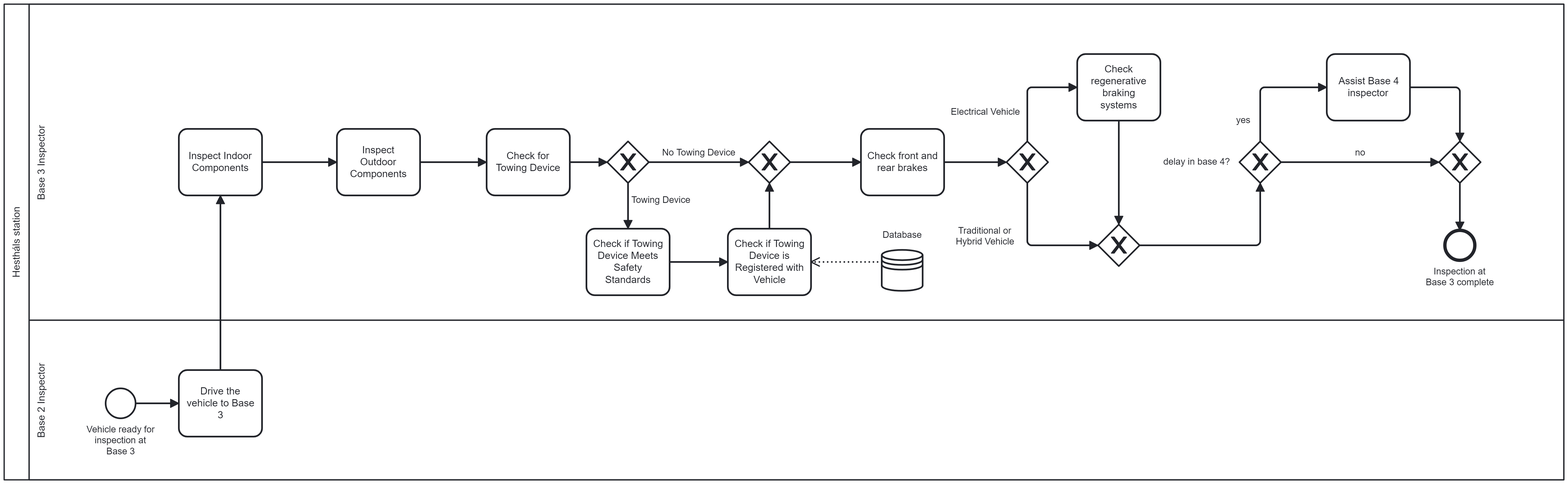
Above: process_modeling/to_be_processes/sub_process_3/subprocesso_3.png in franciscoAbreuTecnico/Business-Process-Engineering-and-Technology (BPMN), before the change. Its source is kept beside it as process_modeling/to_be_processes/sub_process_3/subprocesso_3.bpmn. Ids are renumbered.
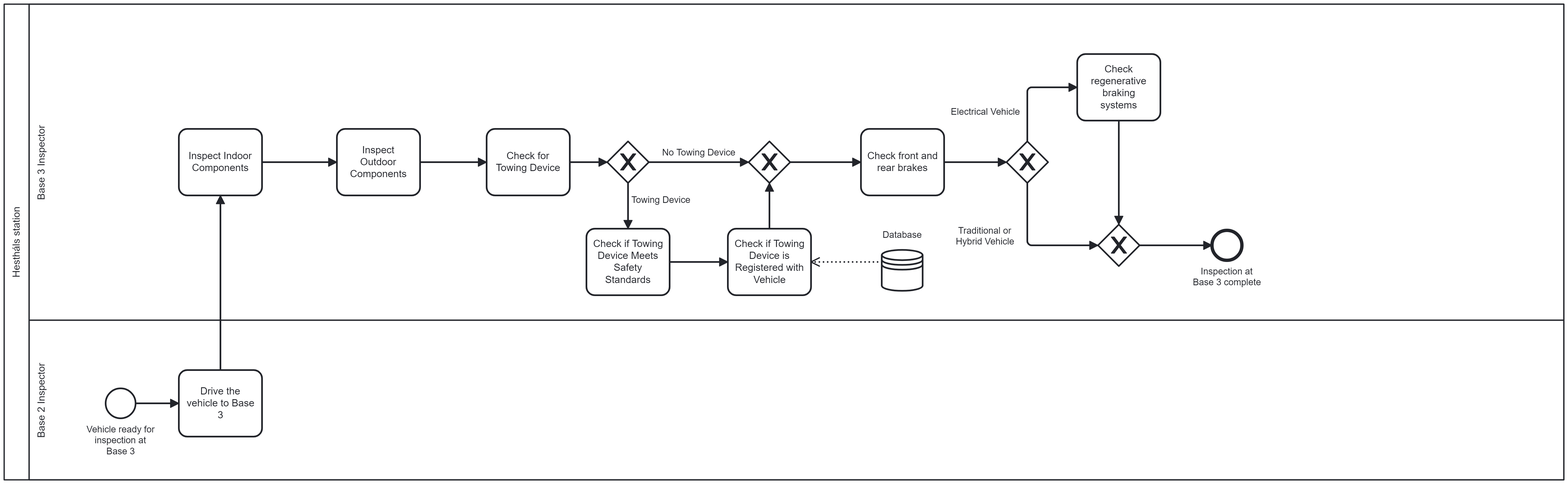
Above is the later version.

What changed in the source:
```diff
@@ -13,13 +13,10 @@
         <bpmn:flowNodeRef>Activity_n12</bpmn:flowNodeRef>
         <bpmn:flowNodeRef>Activity_n13</bpmn:flowNodeRef>
         <bpmn:flowNodeRef>Gateway_n14</bpmn:flowNodeRef>
-        <bpmn:flowNodeRef>Gateway_n15</bpmn:flowNodeRef>
-        <bpmn:flowNodeRef>Activity_n16</bpmn:flowNodeRef>
-        <bpmn:flowNodeRef>Event_n17</bpmn:flowNodeRef>
-        <bpmn:flowNodeRef>Gateway_n18</bpmn:flowNodeRef>
         <bpmn:flowNodeRef>Activity_n19</bpmn:flowNodeRef>
         <bpmn:flowNodeRef>Gateway_n20</bpmn:flowNodeRef>
         <bpmn:flowNodeRef>Activity_n21</bpmn:flowNodeRef>
+        <bpmn:flowNodeRef>Event_n17</bpmn:flowNodeRef>
       </bpmn:lane>
       <bpmn:lane id="Lane_n22" name="Base 2 Inspector">
         <bpmn:flowNodeRef>StartEvent_1</bpmn:flowNodeRef>
@@ -79,28 +76,7 @@
       <bpmn:outgoing>Flow_n38</bpmn:outgoing>
       <bpmn:outgoing>Flow_n39</bpmn:outgoing>
     </bpmn:exclusiveGateway>
-    <bpmn:exclusiveGateway id="Gateway_n15" name="delay in base 4?">
-      <bpmn:incoming>Flow_n40</bpmn:incoming>
-      <bpmn:outgoing>Flow_n41</bpmn:outgoing>
-      <bpmn:outgoing>Flow_n42</bpmn:outgoing>
-    </bpmn:exclusiveGateway>
-    <bpmn:task id="Activity_n16" name="Assist Base 4 inspector">
-      <bpmn:incoming>Flow_n41</bpmn:incoming>
-      <bpmn:outgoing>Flow_n43</bpmn:outgoing>
-    </bpmn:task>
-    <bpmn:endEvent id="Event_n17" name="Inspection at Base 3 complete">
-      <bpmn:incoming>Flow_n44</bpmn:incoming>
-    </bpmn:endEvent>
-    <bpmn:exclusiveGateway id="Gateway_n18">
-      <bpmn:incoming>Flow_n43</bpmn:incoming>
-      <bpmn:incoming>Flow_n42</bpmn:incoming>
-      <bpmn:outgoing>Flow_n44</bpmn:outgoing>
-    </bpmn:exclusiveGateway>
     <bpmn:sequenceFlow id="Flow_n38" name="Electrical Vehicle" sourceRef="Gateway_n14" targetRef="Activity_n21" />
-    <bpmn:sequenceFlow id="Flow_n41" name="yes" sourceRef="Gateway_n15" targetRef="Activity_n16" />
-    <bpmn:sequenceFlow id="Flow_n42" name="no" sourceRef="Gateway_n15" targetRef="Gateway_n18" />
-    <bpmn:sequenceFlow id="Flow_n43" sourceRef="Activity_n16" targetRef="Gateway_n18" />
-    <bpmn:sequenceFlow id="Flow_n44" sourceRef="Gateway_n18" targetRef="Event_n17" />
     <bpmn:task id="Activity_n19" name="Check front and rear brakes">
       <bpmn:incoming>Flow_n33</bpmn:incoming>
       <bpmn:outgoing>Flow_n29</bpmn:outgoing>
@@ -112,7 +88,7 @@
       <bpmn:incoming>Flow_n45</bpmn:incoming>
       <bpmn:outgoing>Flow_n40</bpmn:outgoing>
     </bpmn:exclusiveGateway>
-    <bpmn:sequenceFlow id="Flow_n40" sourceRef="Gateway_n20" targetRef="Gateway_n15" />
+    <bpmn:sequenceFlow id="Flow_n40" sourceRef="Gateway_n20" targetRef="Event_n17" />
     <bpmn:sequenceFlow id="Flow_n45" sourceRef="Activity_n21" targetRef="Gateway_n20" />
     <bpmn:task id="Activity_n21" name="Check regenerative braking systems">
       <bpmn:incoming>Flow_n38</bpmn:incoming>
@@ -123,6 +99,9 @@
     <bpmn:sequenceFlow id="Flow_n26" sourceRef="Activity_n7" targetRef="Activity_n8" />
     <bpmn:sequenceFlow id="Flow_n27" sourceRef="Activity_n8" targetRef="Activity_n9" />
     <bpmn:sequenceFlow id="Flow_n28" sourceRef="Activity_n9" targetRef="Gateway_n10" />
+    <bpmn:endEvent id="Event_n17" name="Inspection at Base 3 complete">
+      <bpmn:incoming>Flow_n40</bpmn:incoming>
+    </bpmn:endEvent>
   </bpmn:process>
   <bpmndi:BPMNDiagram id="BPMNDiagram_1">
     <bpmndi:BPMNPlane id="BPMNPlane_1" bpmnElement="Collaboration_n2">
@@ -177,25 +156,6 @@
       <bpmndi:BPMNShape id="Gateway_n14_di" bpmnElement="Gateway_n14" isMarkerVisible="true">
         <dc:Bounds x="1405" y="245" width="50" height="50" />
       </bpmndi:BPMNShape>
-      <bpmndi:BPMNShape id="Gateway_n15_di" bpmnElement="Gateway_n15" isMarkerVisible="true">
-        <dc:Bounds x="1685" y="245" width="50" height="50" />
-        <bpmndi:BPMNLabel>
-          <dc:Bounds x="1593.5" y="263" width="81" height="14" />
-        </bpmndi:BPMNLabel>
-      </bpmndi:BPMNShape>
-      <bpmndi:BPMNShape id="Activity_n16_di" bpmnElement="Activity_n16">
-        <dc:Bounds x="1790" y="140" width="100" height="80" />
-        <bpmndi:BPMNLabel />
-      </bpmndi:BPMNShape>
-      <bpmndi:BPMNShape id="Event_n17_di" bpmnElement="Event_n17">
-        <dc:Bounds x="1932" y="352" width="36" height="36" />
-        <bpmndi:BPMNLabel>
-          <dc:Bounds x="1909" y="395" width="83" height="27" />
-        </bpmndi:BPMNLabel>
-      </bpmndi:BPMNShape>
-      <bpmndi:BPMNShape id="Gateway_n18_di" bpmnElement="Gateway_n18" isMarkerVisible="true">
-        <dc:Bounds x="1925" y="245" width="50" height="50" />
-      </bpmndi:BPMNShape>
       <bpmndi:BPMNShape id="Activity_n19_di" bpmnElement="Activity_n19">
         <dc:Bounds x="1230" y="230" width="100" height="80" />
         <bpmndi:BPMNLabel />
@@ -211,6 +171,12 @@
         <dc:Bounds x="1255" y="375" width="50" height="50" />
         <bpmndi:BPMNLabel>
           <dc:Bounds x="1256" y="351" width="48" height="14" />
+        </bpmndi:BPMNLabel>
+      </bpmndi:BPMNShape>
+      <bpmndi:BPMNShape id="Event_n17_di" bpmnElement="Event_n17">
+        <dc:Bounds x="1652" y="352" width="36" height="36" />
+        <bpmndi:BPMNLabel>
+          <dc:Bounds x="1629" y="395" width="83" height="27" />
         </bpmndi:BPMNLabel>
       </bpmndi:BPMNShape>
       <bpmndi:BPMNEdge id="Flow_n24_di" bpmnElement="Flow_n24">
@@ -259,38 +225,13 @@
           <dc:Bounds x="1344" y="346" width="71" height="27" />
         </bpmndi:BPMNLabel>
       </bpmndi:BPMNEdge>
-      <bpmndi:BPMNEdge id="Flow_n41_di" bpmnElement="Flow_n41">
-        <di:waypoint x="1710" y="245" />
-        <di:waypoint x="1710" y="180" />
-        <di:waypoint x="1790" y="180" />
-        <bpmndi:BPMNLabel>
-          <dc:Bounds x="1681" y="213" width="17" height="14" />
-        </bpmndi:BPMNLabel>
-      </bpmndi:BPMNEdge>
-      <bpmndi:BPMNEdge id="Flow_n42_di" bpmnElement="Flow_n42">
-        <di:waypoint x="1735" y="270" />
-        <di:waypoint x="1925" y="270" />
-        <bpmndi:BPMNLabel>
-          <dc:Bounds x="1824" y="252" width="13" height="14" />
-        </bpmndi:BPMNLabel>
-      </bpmndi:BPMNEdge>
-      <bpmndi:BPMNEdge id="Flow_n43_di" bpmnElement="Flow_n43">
-        <di:waypoint x="1890" y="180" />
-        <di:waypoint x="1950" y="180" />
-        <di:waypoint x="1950" y="245" />
-      </bpmndi:BPMNEdge>
-      <bpmndi:BPMNEdge id="Flow_n44_di" bpmnElement="Flow_n44">
-        <di:waypoint x="1950" y="295" />
-        <di:waypoint x="1950" y="352" />
-      </bpmndi:BPMNEdge>
       <bpmndi:BPMNEdge id="Flow_n33_di" bpmnElement="Flow_n33">
         <di:waypoint x="1145" y="270" />
         <di:waypoint x="1230" y="270" />
       </bpmndi:BPMNEdge>
       <bpmndi:BPMNEdge id="Flow_n40_di" bpmnElement="Flow_n40">
         <di:waypoint x="1565" y="370" />
-        <di:waypoint x="1710" y="370" />
-        <di:waypoint x="1710" y="295" />
+        <di:waypoint x="1652" y="370" />
       </bpmndi:BPMNEdge>
       <bpmndi:BPMNEdge id="Flow_n45_di" bpmnElement="Flow_n45">
         <di:waypoint x="1540" y="220" />
```
